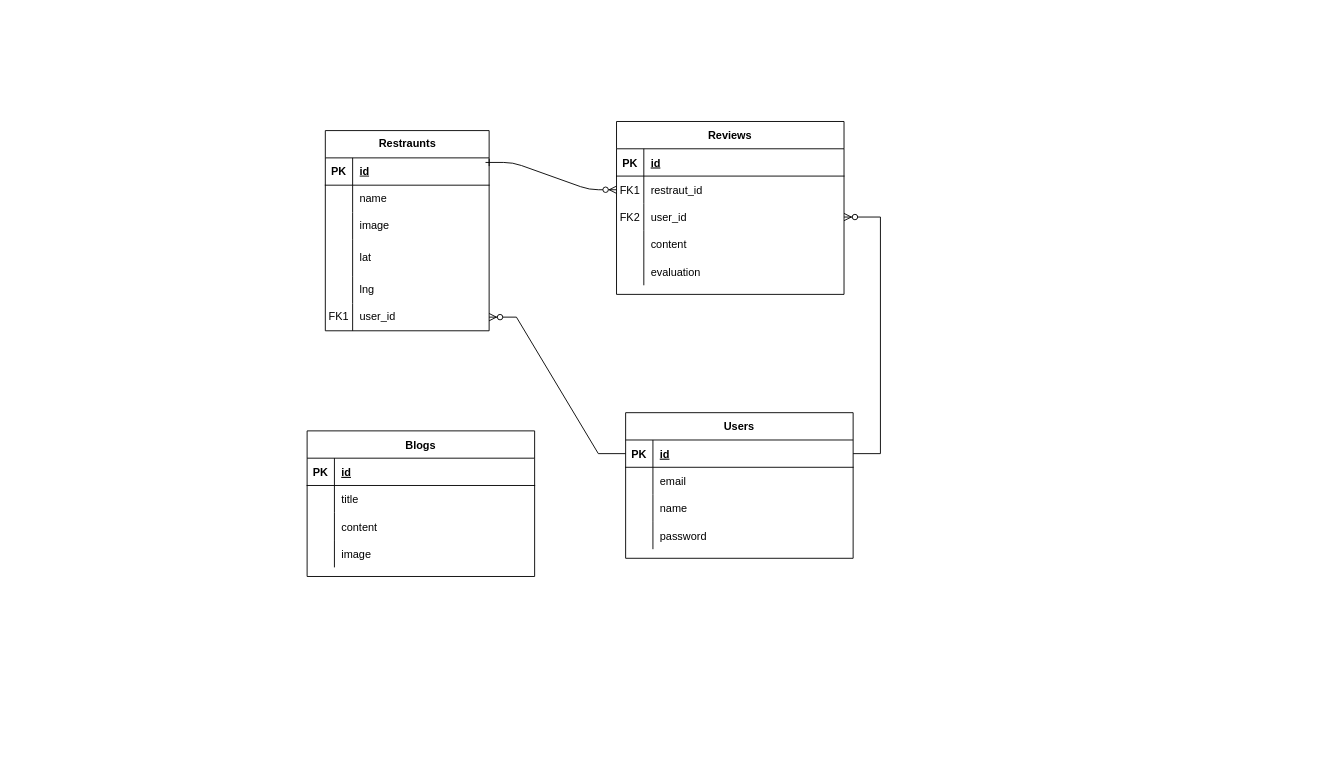
g-murata/gurume_map keeps this draw.io diagram as backend/ER図.drawio. Above is the earlier version. Source tidied: cells renumbered, new cells numbered last; positions are measured from the earlier drawing's top-left corner, leaving out a move shared by most shapes. Both pictures are drawn from the tidied source at 91%, with x=0, y=0 at pixel (307, 121).
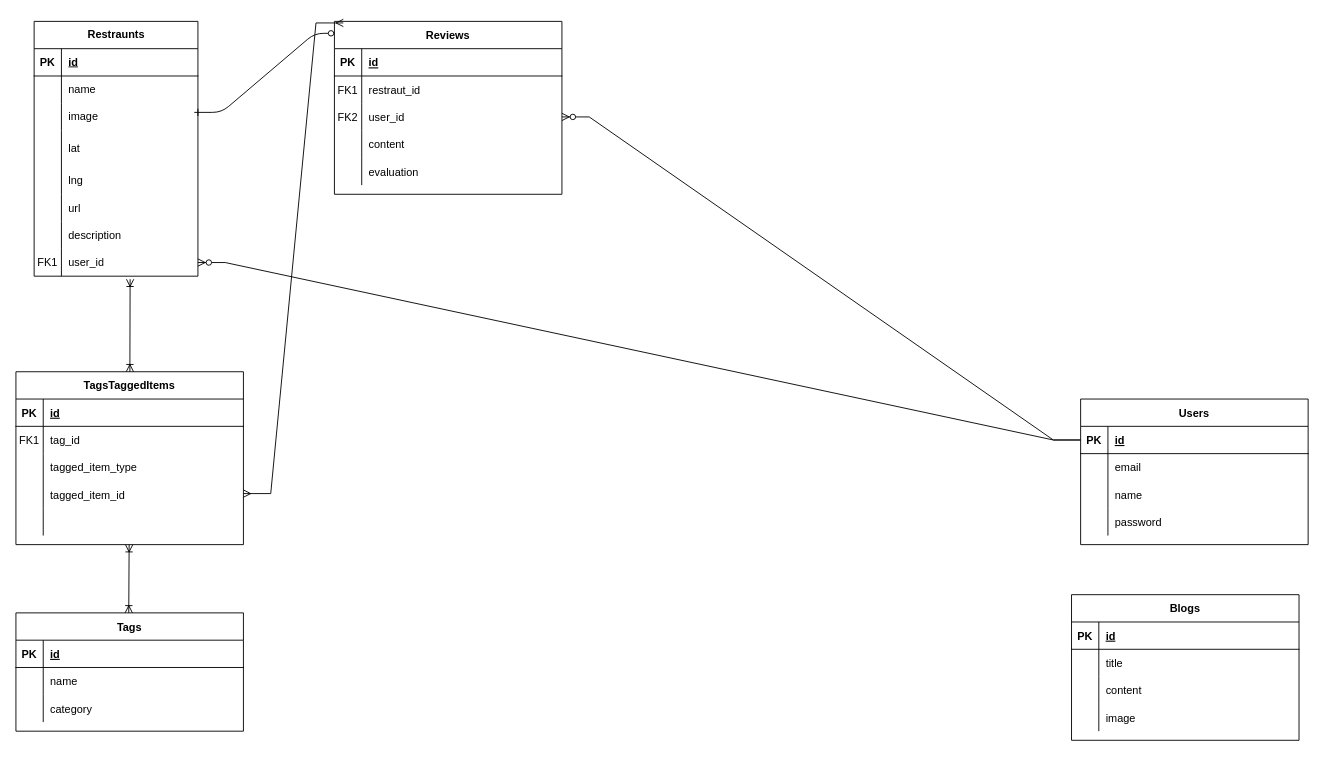
The same diagram, later.

Commit message:
ER図.drawio を更新します

Unchanged cells that the change refers to:
```xml
<mxCell id="7" style="shape=partialRectangle;fillColor=none;points=[[0,0.5],[1,0.5]];portConstraint=eastwest;top=0;left=0;right=0;bottom=0;" parent="3" vertex="1">
  <mxGeometry y="60" width="250" height="30" as="geometry" />
</mxCell>
<mxCell id="46" style="shape=tableRow;horizontal=0;startSize=0;swimlaneHead=0;swimlaneBody=0;fillColor=none;points=[[0,0.5],[1,0.5]];portConstraint=eastwest;top=0;left=0;right=0;bottom=1;" parent="45" vertex="1">
  <mxGeometry y="30" width="180" height="30" as="geometry" />
</mxCell>
```

What changed in the source:
```diff
@@
-    <mxCell id="2" style="edgeStyle=entityRelationEdgeStyle;endArrow=ERzeroToMany;startArrow=ERone;endFill=1;startFill=0;exitX=0.978;exitY=0.167;exitDx=0;exitDy=0;exitPerimeter=0;" parent="1" edge="1" source="46" target="7">
-      <mxGeometry relative="1" as="geometry" />
+    <mxCell id="2" style="edgeStyle=entityRelationEdgeStyle;endArrow=ERzeroToMany;startArrow=ERone;endFill=1;startFill=0;exitX=0.978;exitY=0.167;exitDx=0;exitDy=0;exitPerimeter=0;entryX=0.033;entryY=0.069;entryDx=0;entryDy=0;entryPerimeter=0;" parent="1" edge="1" target="3">
+      <mxGeometry relative="1" as="geometry">
+        <mxPoint x="-124" y="-10" as="sourcePoint" />
+        <Array as="points">
+          <mxPoint x="-240" />
+          <mxPoint x="-144" y="25" />
+          <mxPoint x="-84" y="15" />
+          <mxPoint x="-144" y="35" />
+          <mxPoint x="-110" y="45" />
+          <mxPoint x="-100" y="45" />
+          <mxPoint x="-90" y="30" />
+        </Array>
+      </mxGeometry>
     </mxCell>
     <mxCell id="3" value="Reviews" style="shape=table;startSize=30;childLayout=tableLayout;rowLines=0;fontStyle=1;align=center;" parent="1" vertex="1">
-      <mxGeometry x="340" width="250" height="190" as="geometry" />
+      <mxGeometry x="30" y="-110" width="250" height="190" as="geometry" />
     </mxCell>
@@
     <mxCell id="19" value="Users" style="shape=table;startSize=30;childLayout=tableLayout;rowLines=0;fontStyle=1;align=center;" parent="1" vertex="1">
-      <mxGeometry x="350" y="320" width="250" height="160" as="geometry" />
+      <mxGeometry x="850" y="305" width="250" height="160" as="geometry" />
     </mxCell>
@@
     <mxCell id="32" value="Blogs" style="shape=table;startSize=30;childLayout=tableLayout;rowLines=0;fontStyle=1;align=center;" parent="1" vertex="1">
-      <mxGeometry y="340" width="250" height="160" as="geometry" />
+      <mxGeometry x="840" y="520" width="250" height="160" as="geometry" />
     </mxCell>
@@
     <mxCell id="45" value="Restraunts" style="shape=table;startSize=30;childLayout=tableLayout;rowLines=0;fontStyle=1;align=center;html=1;" parent="1" vertex="1">
-      <mxGeometry x="20" y="10" width="180" height="220" as="geometry" />
+      <mxGeometry x="-300" y="-110" width="180" height="280" as="geometry" />
     </mxCell>
@@
+    <mxCell id="66" style="shape=tableRow;horizontal=0;startSize=0;swimlaneHead=0;swimlaneBody=0;fillColor=none;top=0;left=0;right=0;bottom=0;" parent="45" vertex="1">
+      <mxGeometry y="190" width="180" height="30" as="geometry" />
+    </mxCell>
+    <mxCell id="67" style="shape=partialRectangle;fillColor=none;top=0;left=0;bottom=0;right=0;overflow=hidden;" parent="66" vertex="1">
+      <mxGeometry width="30" height="30" as="geometry" />
+    </mxCell>
+    <mxCell id="68" value="url" style="shape=partialRectangle;fillColor=none;top=0;left=0;bottom=0;right=0;align=left;spacingLeft=6;overflow=hidden;" parent="66" vertex="1">
+      <mxGeometry x="30" width="150" height="30" as="geometry" />
+    </mxCell>
+    <mxCell id="69" style="shape=tableRow;horizontal=0;startSize=0;swimlaneHead=0;swimlaneBody=0;fillColor=none;top=0;left=0;right=0;bottom=0;" parent="45" vertex="1">
+      <mxGeometry y="220" width="180" height="30" as="geometry" />
+    </mxCell>
+    <mxCell id="70" style="shape=partialRectangle;fillColor=none;top=0;left=0;bottom=0;right=0;overflow=hidden;" parent="69" vertex="1">
+      <mxGeometry width="30" height="30" as="geometry" />
+    </mxCell>
+    <mxCell id="71" value="description" style="shape=partialRectangle;fillColor=none;top=0;left=0;bottom=0;right=0;align=left;spacingLeft=6;overflow=hidden;" parent="69" vertex="1">
+      <mxGeometry x="30" width="150" height="30" as="geometry" />
+    </mxCell>
     <mxCell id="61" style="shape=tableRow;horizontal=0;startSize=0;swimlaneHead=0;swimlaneBody=0;fillColor=none;points=[[0,0.5],[1,0.5]];portConstraint=eastwest;top=0;left=0;right=0;bottom=0;" parent="45" vertex="1">
-      <mxGeometry y="190" width="180" height="30" as="geometry" />
+      <mxGeometry y="250" width="180" height="30" as="geometry" />
     </mxCell>
@@
+    <mxCell id="72" value="Tags" style="shape=table;startSize=30;childLayout=tableLayout;rowLines=0;fontStyle=1;align=center;" parent="1" vertex="1">
+      <mxGeometry x="-320" y="540" width="250" height="130" as="geometry" />
+    </mxCell>
+    <mxCell id="73" style="shape=partialRectangle;fillColor=none;top=0;left=0;right=0;bottom=1;" parent="72" vertex="1">
+      <mxGeometry y="30" width="250" height="30" as="geometry" />
+    </mxCell>
+    <mxCell id="74" value="PK" style="shape=partialRectangle;overflow=hidden;fillColor=none;top=0;left=0;bottom=0;right=0;fontStyle=1;" parent="73" vertex="1">
+      <mxGeometry width="30" height="30" as="geometry" />
+    </mxCell>
+    <mxCell id="75" value="id" style="shape=partialRectangle;overflow=hidden;fillColor=none;top=0;left=0;bottom=0;right=0;align=left;spacingLeft=6;fontStyle=5;" parent="73" vertex="1">
+      <mxGeometry x="30" width="220" height="30" as="geometry" />
+    </mxCell>
+    <mxCell id="76" style="shape=partialRectangle;fillColor=none;top=0;left=0;right=0;bottom=0;" parent="72" vertex="1">
+      <mxGeometry y="60" width="250" height="30" as="geometry" />
+    </mxCell>
+    <mxCell id="77" style="shape=partialRectangle;overflow=hidden;fillColor=none;top=0;left=0;bottom=0;right=0;" parent="76" vertex="1">
+      <mxGeometry width="30" height="30" as="geometry" />
+    </mxCell>
+    <mxCell id="78" value="name" style="shape=partialRectangle;overflow=hidden;fillColor=none;top=0;left=0;bottom=0;right=0;align=left;spacingLeft=6;" parent="76" vertex="1">
+      <mxGeometry x="30" width="220" height="30" as="geometry" />
+    </mxCell>
+    <mxCell id="79" style="shape=partialRectangle;fillColor=none;top=0;left=0;right=0;bottom=0;" parent="72" vertex="1">
+      <mxGeometry y="90" width="250" height="30" as="geometry" />
+    </mxCell>
+    <mxCell id="80" style="shape=partialRectangle;overflow=hidden;fillColor=none;top=0;left=0;bottom=0;right=0;" parent="79" vertex="1">
+      <mxGeometry width="30" height="30" as="geometry" />
+    </mxCell>
+    <mxCell id="81" value="category" style="shape=partialRectangle;overflow=hidden;fillColor=none;top=0;left=0;bottom=0;right=0;align=left;spacingLeft=6;" parent="79" vertex="1">
+      <mxGeometry x="30" width="220" height="30" as="geometry" />
+    </mxCell>
+    <mxCell id="82" value="TagsTaggedItems" style="shape=table;startSize=30;childLayout=tableLayout;rowLines=0;fontStyle=1;align=center;" parent="1" vertex="1">
+      <mxGeometry x="-320" y="275" width="250" height="190" as="geometry" />
+    </mxCell>
+    <mxCell id="83" style="shape=partialRectangle;fillColor=none;top=0;left=0;right=0;bottom=1;" parent="82" vertex="1">
+      <mxGeometry y="30" width="250" height="30" as="geometry" />
+    </mxCell>
+    <mxCell id="84" value="PK" style="shape=partialRectangle;overflow=hidden;fillColor=none;top=0;left=0;bottom=0;right=0;fontStyle=1;" parent="83" vertex="1">
+      <mxGeometry width="30" height="30" as="geometry" />
+    </mxCell>
+    <mxCell id="85" value="id" style="shape=partialRectangle;overflow=hidden;fillColor=none;top=0;left=0;bottom=0;right=0;align=left;spacingLeft=6;fontStyle=5;" parent="83" vertex="1">
+      <mxGeometry x="30" width="220" height="30" as="geometry" />
+    </mxCell>
+    <mxCell id="86" style="shape=partialRectangle;fillColor=none;top=0;left=0;right=0;bottom=0;" parent="82" vertex="1">
+      <mxGeometry y="60" width="250" height="30" as="geometry" />
+    </mxCell>
+    <mxCell id="87" value="FK1" style="shape=partialRectangle;overflow=hidden;fillColor=none;top=0;left=0;bottom=0;right=0;" parent="86" vertex="1">
+      <mxGeometry width="30" height="30" as="geometry" />
+    </mxCell>
+    <mxCell id="88" value="tag_id" style="shape=partialRectangle;overflow=hidden;fillColor=none;top=0;left=0;bottom=0;right=0;align=left;spacingLeft=6;" parent="86" vertex="1">
+      <mxGeometry x="30" width="220" height="30" as="geometry" />
+    </mxCell>
+    <mxCell id="89" style="shape=partialRectangle;fillColor=none;top=0;left=0;right=0;bottom=0;" parent="82" vertex="1">
+      <mxGeometry y="90" width="250" height="30" as="geometry" />
+    </mxCell>
+    <mxCell id="90" style="shape=partialRectangle;overflow=hidden;fillColor=none;top=0;left=0;bottom=0;right=0;" parent="89" vertex="1">
+      <mxGeometry width="30" height="30" as="geometry" />
+    </mxCell>
+    <mxCell id="91" value="tagged_item_type" style="shape=partialRectangle;overflow=hidden;fillColor=none;top=0;left=0;bottom=0;right=0;align=left;spacingLeft=6;" parent="89" vertex="1">
+      <mxGeometry x="30" width="220" height="30" as="geometry" />
+    </mxCell>
+    <mxCell id="92" style="shape=partialRectangle;fillColor=none;top=0;left=0;right=0;bottom=0;" parent="82" vertex="1">
+      <mxGeometry y="120" width="250" height="30" as="geometry" />
+    </mxCell>
+    <mxCell id="93" style="shape=partialRectangle;overflow=hidden;fillColor=none;top=0;left=0;bottom=0;right=0;" parent="92" vertex="1">
+      <mxGeometry width="30" height="30" as="geometry" />
+    </mxCell>
+    <mxCell id="94" value="tagged_item_id" style="shape=partialRectangle;overflow=hidden;fillColor=none;top=0;left=0;bottom=0;right=0;align=left;spacingLeft=6;" parent="92" vertex="1">
+      <mxGeometry x="30" width="220" height="30" as="geometry" />
+    </mxCell>
+    <mxCell id="95" style="shape=partialRectangle;fillColor=none;top=0;left=0;right=0;bottom=0;" parent="82" vertex="1">
+      <mxGeometry y="150" width="250" height="30" as="geometry" />
+    </mxCell>
+    <mxCell id="96" style="shape=partialRectangle;overflow=hidden;fillColor=none;top=0;left=0;bottom=0;right=0;" parent="95" vertex="1">
+      <mxGeometry width="30" height="30" as="geometry" />
+    </mxCell>
+    <mxCell id="97" style="shape=partialRectangle;overflow=hidden;fillColor=none;top=0;left=0;bottom=0;right=0;align=left;spacingLeft=6;" parent="95" vertex="1">
+      <mxGeometry x="30" width="220" height="30" as="geometry" />
+    </mxCell>
+    <mxCell id="98" style="fontSize=12;html=1;endArrow=ERoneToMany;startArrow=ERoneToMany;rounded=0;exitX=0.586;exitY=1.111;exitDx=0;exitDy=0;exitPerimeter=0;" parent="1" edge="1" source="61" target="82">
+      <mxGeometry relative="1" as="geometry" />
+    </mxCell>
+    <mxCell id="99" style="fontSize=12;html=1;endArrow=ERoneToMany;startArrow=ERoneToMany;rounded=0;exitX=0.586;exitY=1.111;exitDx=0;exitDy=0;exitPerimeter=0;" parent="1" edge="1">
+      <mxGeometry relative="1" as="geometry">
+        <mxPoint x="-195.6" y="465" as="sourcePoint" />
+        <mxPoint x="-196" y="540" as="targetPoint" />
+      </mxGeometry>
+    </mxCell>
+    <mxCell id="100" style="edgeStyle=entityRelationEdgeStyle;fontSize=12;html=1;endArrow=ERmany;startArrow=ERmany;rounded=0;entryX=0.039;entryY=0.009;entryDx=0;entryDy=0;exitX=0.982;exitY=0.126;exitDx=0;exitDy=0;exitPerimeter=0;entryPerimeter=0;" parent="1" edge="1" target="3">
+      <mxGeometry relative="1" as="geometry">
+        <mxPoint x="-70" y="408.9" as="sourcePoint" />
+        <Array as="points">
+          <mxPoint x="180" y="120" />
+        </Array>
+      </mxGeometry>
+    </mxCell>
```
